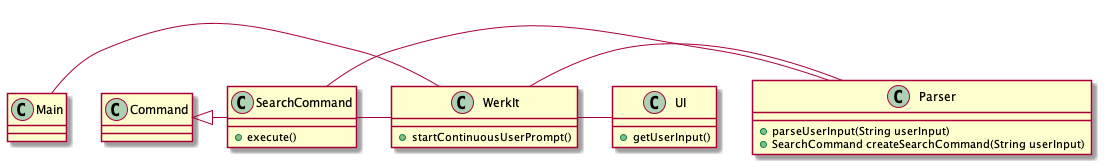
Above: docs/uml/classDiagrams/images/SearchClassUML.png in nus-cs2113-AY2122S2/tp (PlantUML), before the change.
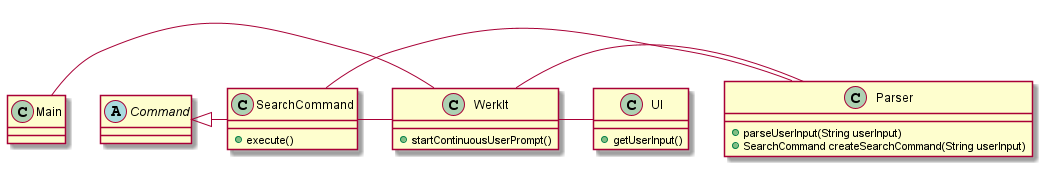
The same file after the commit.

The edit, as a diff of the source:
```diff
@@ -10,7 +10,7 @@
 + startContinuousUserPrompt()
 }
 
-class Command {
+abstract Command {
 
 }
 
```
